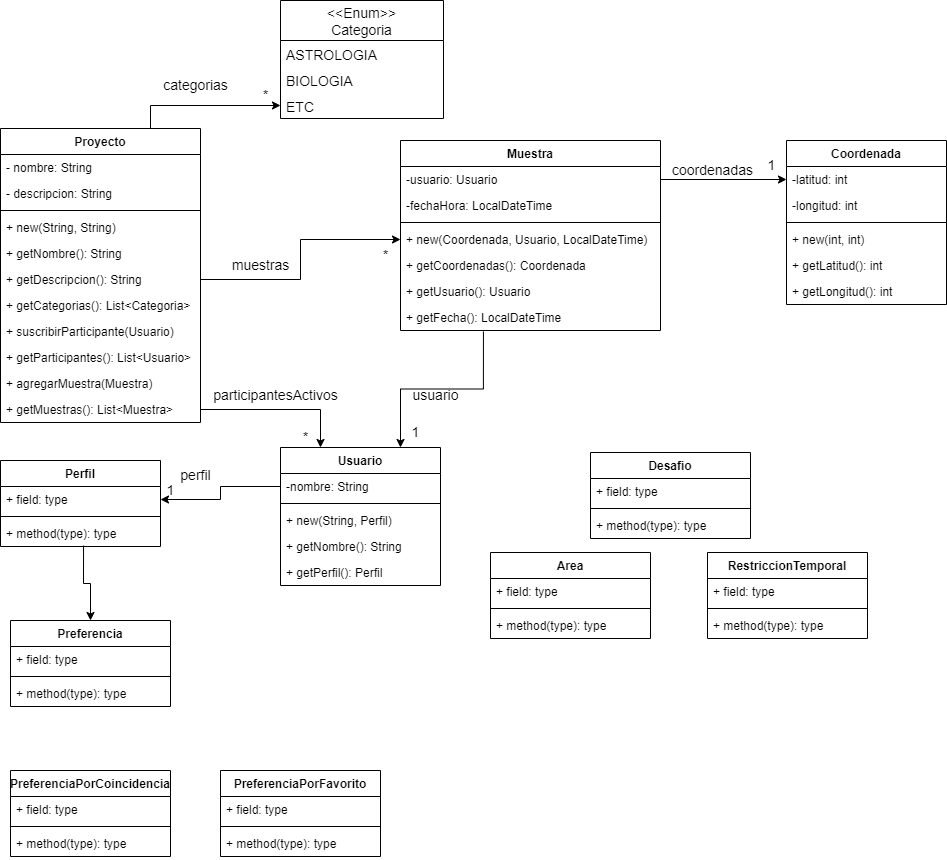
Above: UMLTPFinal.drawio.png in Maxxie12/Unq-po2-TpFinal (draw.io), before the change. Source tidied: cells renumbered, new cells last; positions are measured from the earlier drawing's top-left corner, leaving out a move shared by most shapes.
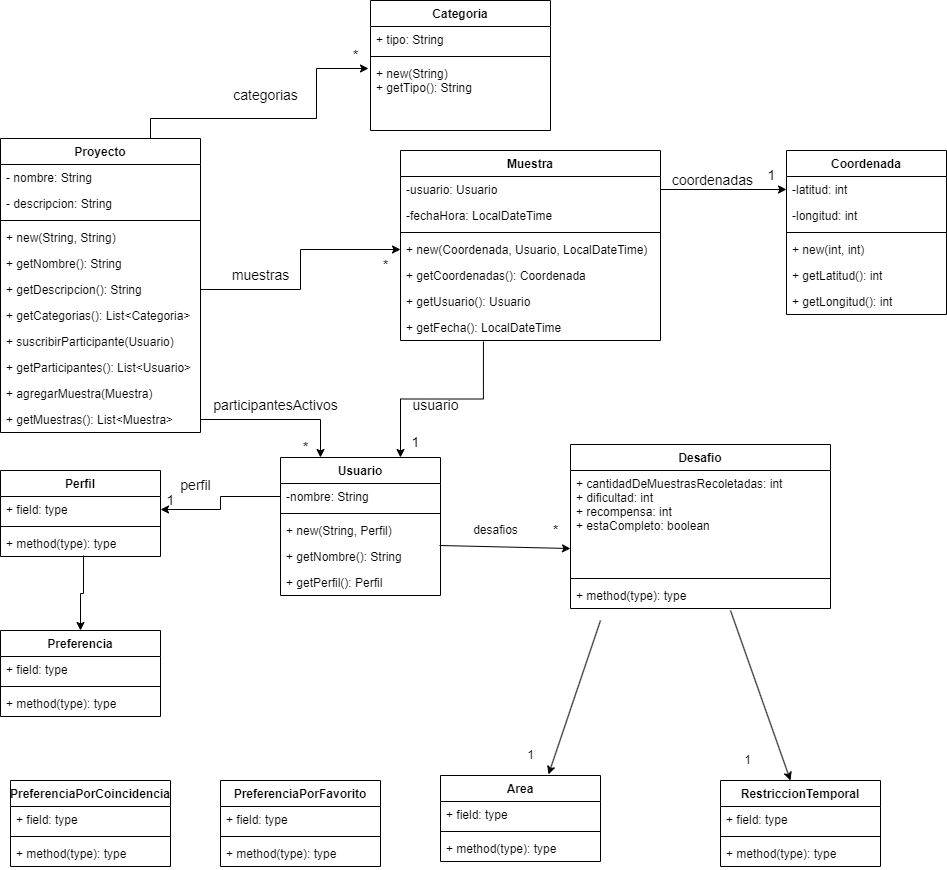
Above is the later version.

The edit, as a diff of the source:
```diff
@@ -2,8 +2,14 @@
   <root>
     <mxCell id="0" />
     <mxCell id="1" parent="0" />
-    <mxCell id="2" style="edgeStyle=orthogonalEdgeStyle;rounded=0;jettySize=auto;html=1;exitX=0.75;exitY=0;exitDx=0;exitDy=0;entryX=0;entryY=0.5;entryDx=0;entryDy=0;fontSize=14;" parent="1" edge="1" source="3" target="82">
-      <mxGeometry relative="1" as="geometry" />
+    <mxCell id="2" style="edgeStyle=orthogonalEdgeStyle;rounded=0;jettySize=auto;html=1;exitX=0.75;exitY=0;exitDx=0;exitDy=0;entryX=-0.011;entryY=0.114;entryDx=0;entryDy=0;fontSize=14;entryPerimeter=0;" parent="1" edge="1" source="3" target="89">
+      <mxGeometry relative="1" as="geometry">
+        <Array as="points">
+          <mxPoint x="150" y="108" />
+          <mxPoint x="316" y="108" />
+          <mxPoint x="316" y="58" />
+        </Array>
+      </mxGeometry>
     </mxCell>
     <mxCell id="3" value="Proyecto" style="swimlane;fontStyle=1;align=center;verticalAlign=top;horizontal=1;startSize=26;" parent="1" vertex="1">
       <mxGeometry y="128" width="200" height="294" as="geometry" />
@@ -117,7 +123,7 @@
       <mxGeometry y="60" width="160" height="26" as="geometry" />
     </mxCell>
     <mxCell id="40" value="Preferencia" style="swimlane;fontStyle=1;align=center;verticalAlign=top;horizontal=1;startSize=26;" parent="1" vertex="1">
-      <mxGeometry x="10" y="620" width="160" height="86" as="geometry" />
+      <mxGeometry y="620" width="160" height="86" as="geometry" />
     </mxCell>
     <mxCell id="41" value="+ field: type" style="text;strokeColor=none;fillColor=none;align=left;verticalAlign=top;spacingLeft=4;spacingRight=4;overflow=hidden;" parent="40" vertex="1">
       <mxGeometry y="26" width="160" height="26" as="geometry" />
@@ -158,20 +164,8 @@
     <mxCell id="53" value="+ method(type): type" style="text;strokeColor=none;fillColor=none;align=left;verticalAlign=top;spacingLeft=4;spacingRight=4;overflow=hidden;" parent="50" vertex="1">
       <mxGeometry y="60" width="160" height="26" as="geometry" />
     </mxCell>
-    <mxCell id="54" value="Desafio" style="swimlane;fontStyle=1;align=center;verticalAlign=top;horizontal=1;startSize=26;" parent="1" vertex="1">
-      <mxGeometry x="590" y="452" width="160" height="86" as="geometry" />
-    </mxCell>
-    <mxCell id="55" value="+ field: type" style="text;strokeColor=none;fillColor=none;align=left;verticalAlign=top;spacingLeft=4;spacingRight=4;overflow=hidden;" parent="54" vertex="1">
-      <mxGeometry y="26" width="160" height="26" as="geometry" />
-    </mxCell>
-    <mxCell id="56" style="line;strokeWidth=1;fillColor=none;align=left;verticalAlign=middle;spacingTop=-1;spacingLeft=3;spacingRight=3;labelPosition=right;strokeColor=inherit;" parent="54" vertex="1">
-      <mxGeometry y="52" width="160" height="8" as="geometry" />
-    </mxCell>
-    <mxCell id="57" value="+ method(type): type" style="text;strokeColor=none;fillColor=none;align=left;verticalAlign=top;spacingLeft=4;spacingRight=4;overflow=hidden;" parent="54" vertex="1">
-      <mxGeometry y="60" width="160" height="26" as="geometry" />
-    </mxCell>
     <mxCell id="58" value="RestriccionTemporal" style="swimlane;fontStyle=1;align=center;verticalAlign=top;horizontal=1;startSize=26;" parent="1" vertex="1">
-      <mxGeometry x="707" y="552" width="160" height="86" as="geometry" />
+      <mxGeometry x="720" y="770" width="160" height="86" as="geometry" />
     </mxCell>
     <mxCell id="59" value="+ field: type" style="text;strokeColor=none;fillColor=none;align=left;verticalAlign=top;spacingLeft=4;spacingRight=4;overflow=hidden;" parent="58" vertex="1">
       <mxGeometry y="26" width="160" height="26" as="geometry" />
@@ -183,7 +177,7 @@
       <mxGeometry y="60" width="160" height="26" as="geometry" />
     </mxCell>
     <mxCell id="62" value="Area" style="swimlane;fontStyle=1;align=center;verticalAlign=top;horizontal=1;startSize=26;" parent="1" vertex="1">
-      <mxGeometry x="490" y="552" width="160" height="86" as="geometry" />
+      <mxGeometry x="440" y="765" width="160" height="86" as="geometry" />
     </mxCell>
     <mxCell id="63" value="+ field: type" style="text;strokeColor=none;fillColor=none;align=left;verticalAlign=top;spacingLeft=4;spacingRight=4;overflow=hidden;" parent="62" vertex="1">
       <mxGeometry y="26" width="160" height="26" as="geometry" />
@@ -200,10 +194,10 @@
       </mxGeometry>
     </mxCell>
     <mxCell id="67" value="categorias" style="text;html=1;align=center;verticalAlign=middle;strokeColor=none;fillColor=none;fontSize=14;" parent="1" vertex="1">
-      <mxGeometry x="150" y="70" width="90" height="30" as="geometry" />
+      <mxGeometry x="220" y="70" width="90" height="30" as="geometry" />
     </mxCell>
     <mxCell id="68" value="*" style="text;html=1;align=center;verticalAlign=middle;strokeColor=none;fillColor=none;fontSize=14;" parent="1" vertex="1">
-      <mxGeometry x="250" y="80" width="30" height="30" as="geometry" />
+      <mxGeometry x="340" y="30" width="30" height="30" as="geometry" />
     </mxCell>
     <mxCell id="69" value="*" style="text;html=1;align=center;verticalAlign=middle;strokeColor=none;fillColor=none;fontSize=14;" parent="1" vertex="1">
       <mxGeometry x="370" y="240" width="30" height="30" as="geometry" />
@@ -235,18 +229,6 @@
     <mxCell id="78" style="edgeStyle=orthogonalEdgeStyle;rounded=0;jettySize=auto;html=1;exitX=1;exitY=0.5;exitDx=0;exitDy=0;entryX=0;entryY=0.5;entryDx=0;entryDy=0;fontSize=14;" parent="1" edge="1" source="9" target="25">
       <mxGeometry relative="1" as="geometry" />
     </mxCell>
-    <mxCell id="79" value="&lt;&lt;Enum&gt;&gt;&#10;Categoria" style="swimlane;fontStyle=0;horizontal=1;startSize=40;fillColor=none;fontSize=14;" parent="1" vertex="1">
-      <mxGeometry x="280" width="163" height="118" as="geometry" />
-    </mxCell>
-    <mxCell id="80" value="ASTROLOGIA" style="text;strokeColor=none;fillColor=none;align=left;verticalAlign=top;spacingLeft=4;spacingRight=4;overflow=hidden;fontSize=14;" parent="79" vertex="1">
-      <mxGeometry y="40" width="163" height="26" as="geometry" />
-    </mxCell>
-    <mxCell id="81" value="BIOLOGIA" style="text;strokeColor=none;fillColor=none;align=left;verticalAlign=top;spacingLeft=4;spacingRight=4;overflow=hidden;fontSize=14;" parent="79" vertex="1">
-      <mxGeometry y="66" width="163" height="26" as="geometry" />
-    </mxCell>
-    <mxCell id="82" value="ETC" style="text;strokeColor=none;fillColor=none;align=left;verticalAlign=top;spacingLeft=4;spacingRight=4;overflow=hidden;points=[[0,0.5],[1,0.5]];portConstraint=eastwest;fontSize=14;" parent="79" vertex="1">
-      <mxGeometry y="92" width="163" height="26" as="geometry" />
-    </mxCell>
     <mxCell id="83" value="coordenadas" style="text;html=1;align=center;verticalAlign=middle;strokeColor=none;fillColor=none;fontSize=14;" parent="1" vertex="1">
       <mxGeometry x="662" y="155" width="100" height="30" as="geometry" />
     </mxCell>
@@ -256,5 +238,57 @@
     <mxCell id="85" style="edgeStyle=orthogonalEdgeStyle;rounded=0;jettySize=auto;html=1;exitX=0.319;exitY=1.038;exitDx=0;exitDy=0;entryX=0.75;entryY=0;entryDx=0;entryDy=0;fontSize=14;exitPerimeter=0;" parent="1" edge="1" source="28" target="15">
       <mxGeometry relative="1" as="geometry" />
     </mxCell>
+    <mxCell id="86" value="Categoria" style="swimlane;fontStyle=1;align=center;verticalAlign=top;horizontal=1;startSize=26;" parent="1" vertex="1">
+      <mxGeometry x="370" y="-10" width="180" height="130" as="geometry" />
+    </mxCell>
+    <mxCell id="87" value="+ tipo: String" style="text;strokeColor=none;fillColor=none;align=left;verticalAlign=top;spacingLeft=4;spacingRight=4;overflow=hidden;" parent="86" vertex="1">
+      <mxGeometry y="26" width="180" height="26" as="geometry" />
+    </mxCell>
+    <mxCell id="88" style="line;strokeWidth=1;fillColor=none;align=left;verticalAlign=middle;spacingTop=-1;spacingLeft=3;spacingRight=3;labelPosition=right;strokeColor=inherit;" parent="86" vertex="1">
+      <mxGeometry y="52" width="180" height="8" as="geometry" />
+    </mxCell>
+    <mxCell id="89" value="+ new(String)&#10;+ getTipo(): String" style="text;strokeColor=none;fillColor=none;align=left;verticalAlign=top;spacingLeft=4;spacingRight=4;overflow=hidden;points=[[0,0.5],[1,0.5]];portConstraint=eastwest;" parent="86" vertex="1">
+      <mxGeometry y="60" width="180" height="70" as="geometry" />
+    </mxCell>
+    <mxCell id="90" style="endArrow=classic;html=1;rounded=0;entryX=0;entryY=0.813;entryDx=0;entryDy=0;entryPerimeter=0;exitX=0.994;exitY=1.077;exitDx=0;exitDy=0;exitPerimeter=0;" parent="1" edge="1" source="18">
+      <mxGeometry relative="1" as="geometry">
+        <mxPoint x="570" y="538" as="targetPoint" />
+      </mxGeometry>
+    </mxCell>
+    <mxCell id="91" value="*" style="text;html=1;align=center;verticalAlign=middle;strokeColor=none;fillColor=none;fontSize=14;" parent="1" vertex="1">
+      <mxGeometry x="540" y="505" width="30" height="30" as="geometry" />
+    </mxCell>
+    <mxCell id="92" value="desafios" style="text;html=1;align=center;verticalAlign=middle;strokeColor=none;fillColor=none;" parent="1" vertex="1">
+      <mxGeometry x="460" y="505" width="70" height="30" as="geometry" />
+    </mxCell>
+    <mxCell id="93" style="endArrow=classic;html=1;rounded=0;" parent="1" edge="1">
+      <mxGeometry relative="1" as="geometry">
+        <mxPoint x="730" y="600" as="sourcePoint" />
+        <mxPoint x="790" y="770" as="targetPoint" />
+      </mxGeometry>
+    </mxCell>
+    <mxCell id="94" style="endArrow=classic;html=1;rounded=0;entryX=0.675;entryY=-0.012;entryDx=0;entryDy=0;entryPerimeter=0;" parent="1" edge="1" target="62">
+      <mxGeometry relative="1" as="geometry">
+        <mxPoint x="600" y="610" as="sourcePoint" />
+      </mxGeometry>
+    </mxCell>
+    <mxCell id="95" value="1" style="text;html=1;align=center;verticalAlign=middle;strokeColor=none;fillColor=none;" parent="1" vertex="1">
+      <mxGeometry x="515" y="730" width="30" height="30" as="geometry" />
+    </mxCell>
+    <mxCell id="96" value="1" style="text;html=1;align=center;verticalAlign=middle;strokeColor=none;fillColor=none;" parent="1" vertex="1">
+      <mxGeometry x="732" y="735" width="30" height="30" as="geometry" />
+    </mxCell>
+    <mxCell id="54" value="Desafio" style="swimlane;fontStyle=1;align=center;verticalAlign=top;horizontal=1;startSize=26;" parent="1" vertex="1">
+      <mxGeometry x="570" y="434" width="260" height="164" as="geometry" />
+    </mxCell>
+    <mxCell id="97" value="+ cantidadDeMuestrasRecoletadas: int&#10;+ dificultad: int&#10;+ recompensa: int&#10;+ estaCompleto: boolean" style="text;strokeColor=none;fillColor=none;align=left;verticalAlign=top;spacingLeft=4;spacingRight=4;overflow=hidden;" parent="54" vertex="1">
+      <mxGeometry y="26" width="260" height="104" as="geometry" />
+    </mxCell>
+    <mxCell id="98" style="line;strokeWidth=1;fillColor=none;align=left;verticalAlign=middle;spacingTop=-1;spacingLeft=3;spacingRight=3;labelPosition=right;strokeColor=inherit;" parent="54" vertex="1">
+      <mxGeometry y="130" width="260" height="8" as="geometry" />
+    </mxCell>
+    <mxCell id="57" value="+ method(type): type" style="text;strokeColor=none;fillColor=none;align=left;verticalAlign=top;spacingLeft=4;spacingRight=4;overflow=hidden;" parent="54" vertex="1">
+      <mxGeometry y="138" width="260" height="26" as="geometry" />
+    </mxCell>
   </root>
 </mxGraphModel>
```
